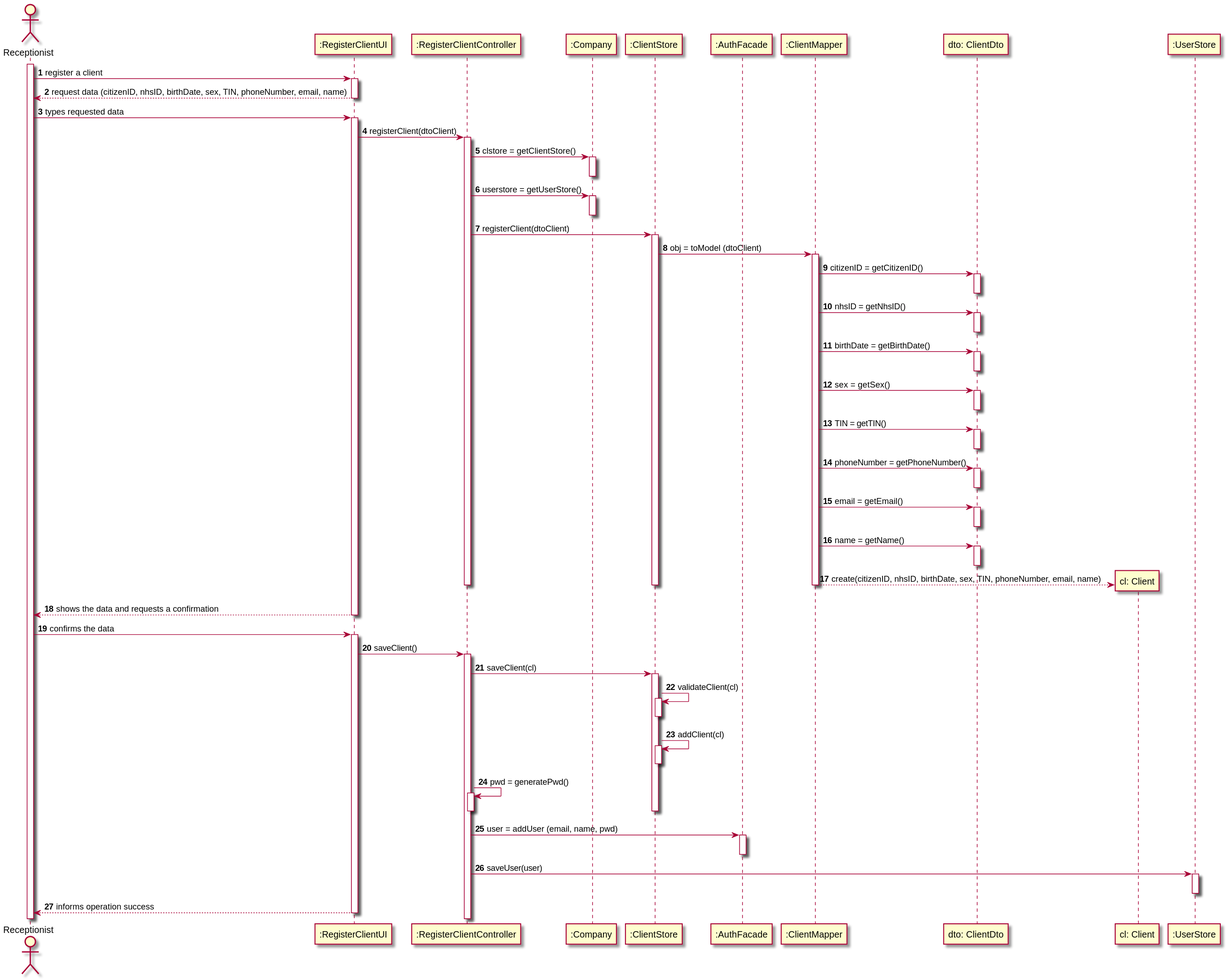
This is docs/SprintB/US03/US03-SD.svg from 0franciscor/lei-21-s2-1de-g19, a PlantUML export, as it was before one commit.
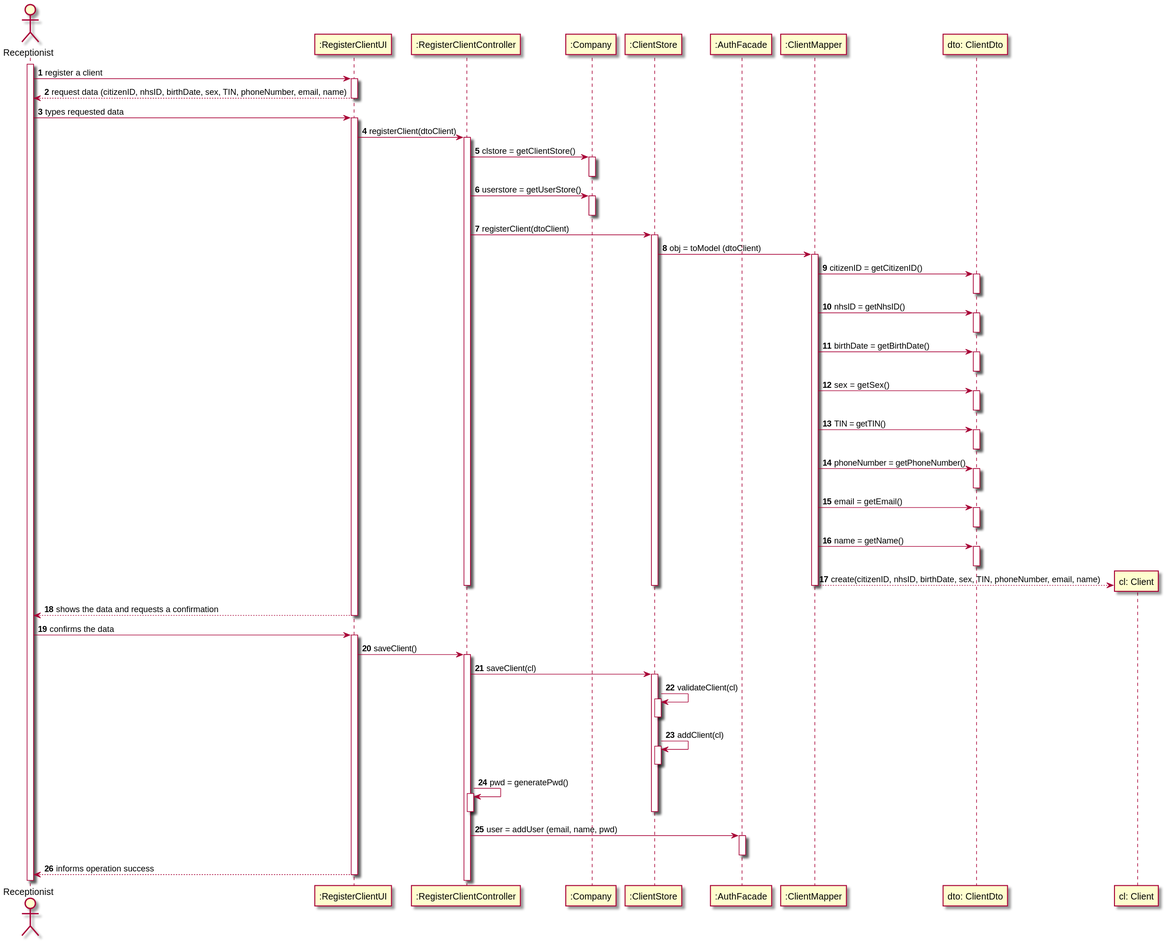
After the change.

Change to the diagram source:
```diff
@@ -74,9 +74,6 @@
 ":RegisterClientController" -> ":AuthFacade" : user = addUser (email, name, pwd)
 activate ":AuthFacade"
 deactivate ":AuthFacade"
-":RegisterClientController" -> ":UserStore": saveUser(user)
-activate ":UserStore"
-deactivate ":UserStore"
 ":RegisterClientUI" --> R: informs operation success
 deactivate ":RegisterClientUI"
 
```
